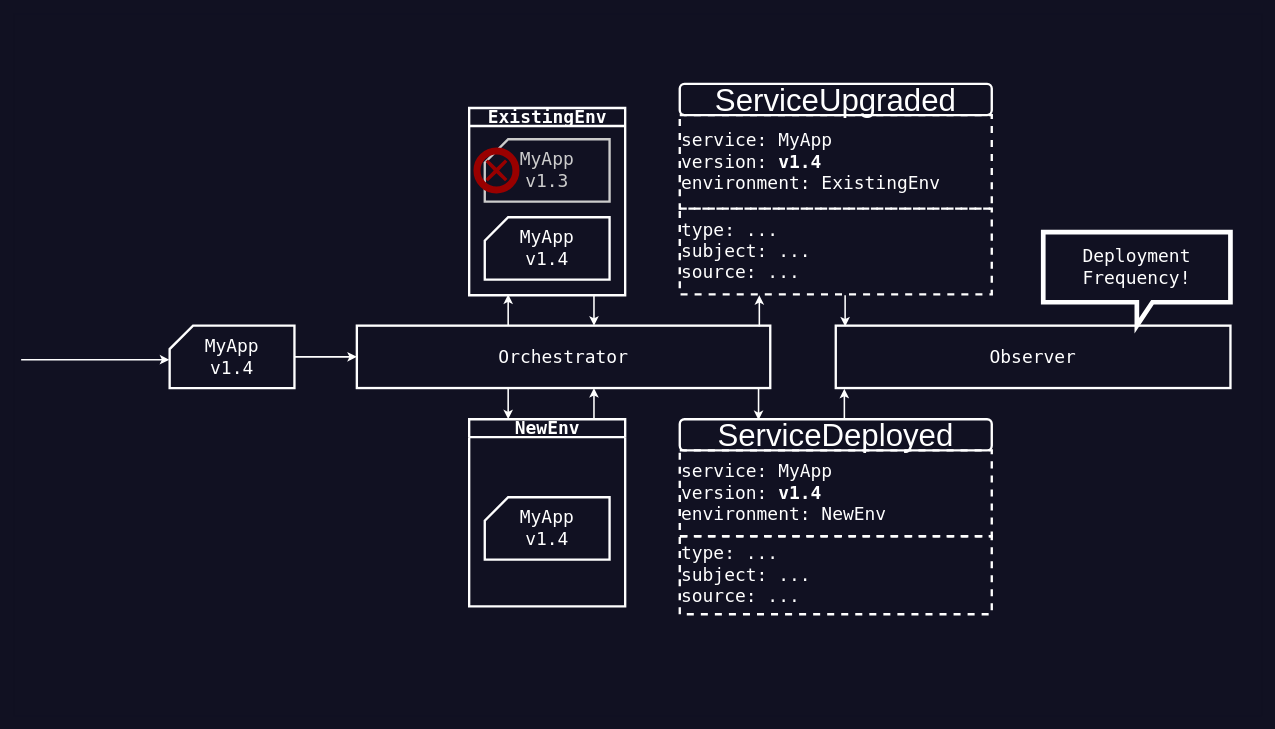
Before: page "DeploymentFrequency" (4 of 6) of cdCon-2022/devops-metrics-through-cdevents/devops-metrics-cdevents.drawio in cdevents/presentations, a draw.io diagram. Source tidied: cells renumbered, new cells numbered last; positions are measured from the earlier drawing's top-left corner, leaving out a move shared by most shapes. Both pictures are drawn from the tidied source at 78%, with x=0, y=0 at pixel (13, 13). Pictures stored in the file or linked from it are replaced by grey dashed boxes.
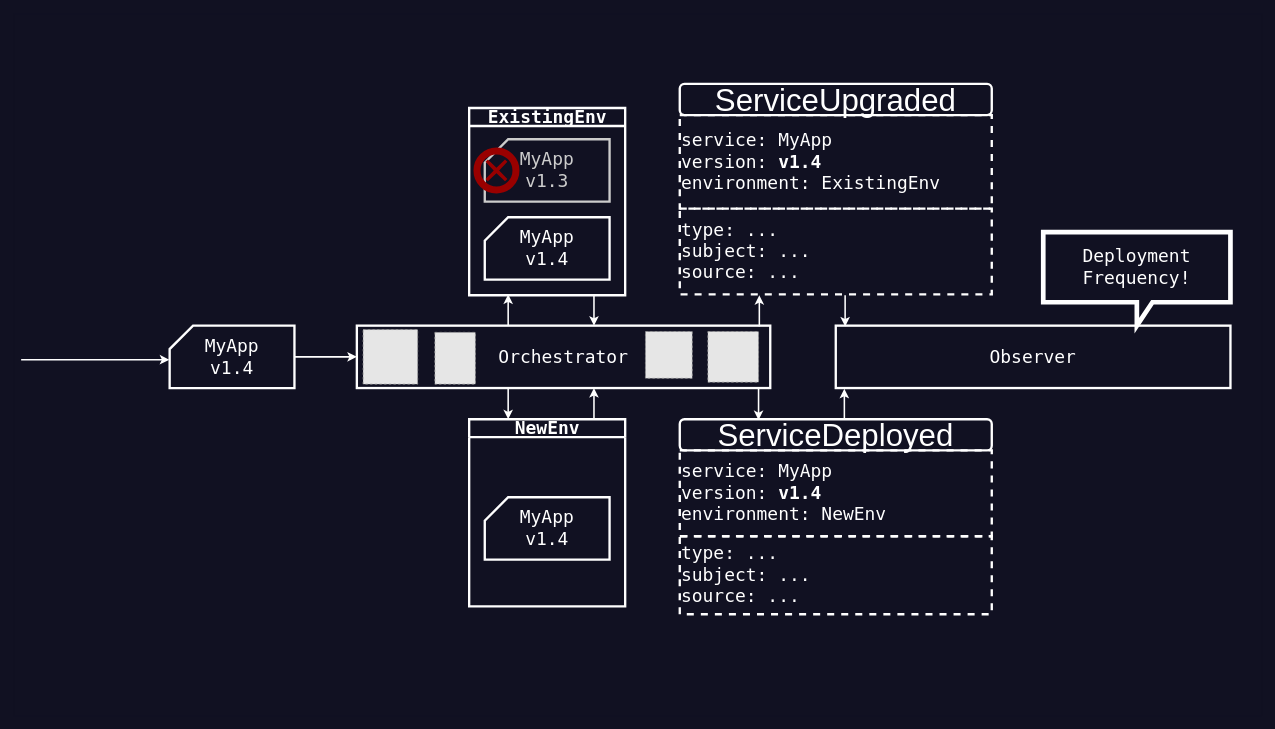
After the change.

The edit, as a diff of the source:
```diff
@@
+    <mxCell id="33" style="fillColor=#E6E6E6;strokeColor=#999999;dashed=1;verticalLabelPosition=bottom;verticalAlign=top;" parent="3" vertex="1">
+      <mxGeometry x="448" y="405" width="70" height="70" as="geometry" />
+    </mxCell>
+    <mxCell id="34" style="fillColor=#E6E6E6;strokeColor=#999999;dashed=1;verticalLabelPosition=bottom;verticalAlign=top;" parent="3" vertex="1">
+      <mxGeometry x="540" y="408.6" width="52" height="66.4" as="geometry" />
+    </mxCell>
+    <mxCell id="35" style="fillColor=#E6E6E6;strokeColor=#999999;dashed=1;verticalLabelPosition=bottom;verticalAlign=top;" parent="3" vertex="1">
+      <mxGeometry x="890" y="407.5" width="65" height="65" as="geometry" />
+    </mxCell>
+    <mxCell id="36" style="fillColor=#E6E6E6;strokeColor=#999999;dashed=1;verticalLabelPosition=bottom;labelBackgroundColor=default;verticalAlign=top;" parent="3" vertex="1">
+      <mxGeometry x="810" y="407.5" width="60" height="60" as="geometry" />
+    </mxCell>
```
